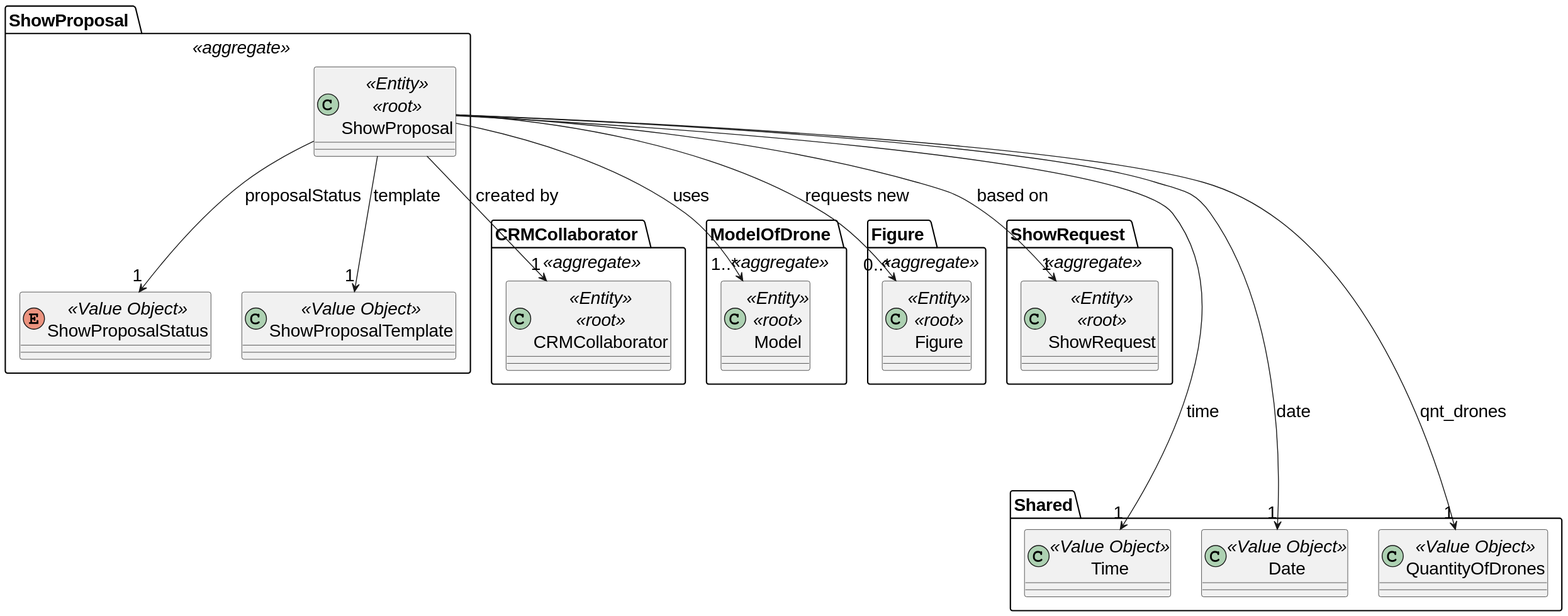
diogoveirospro/sem4pi-2024-2025-sem4pi_2024_2025_g44 keeps this PlantUML diagram as docs/global_artifacts/analysis/images/domain_model_show_proposal.svg. Above is the earlier version.
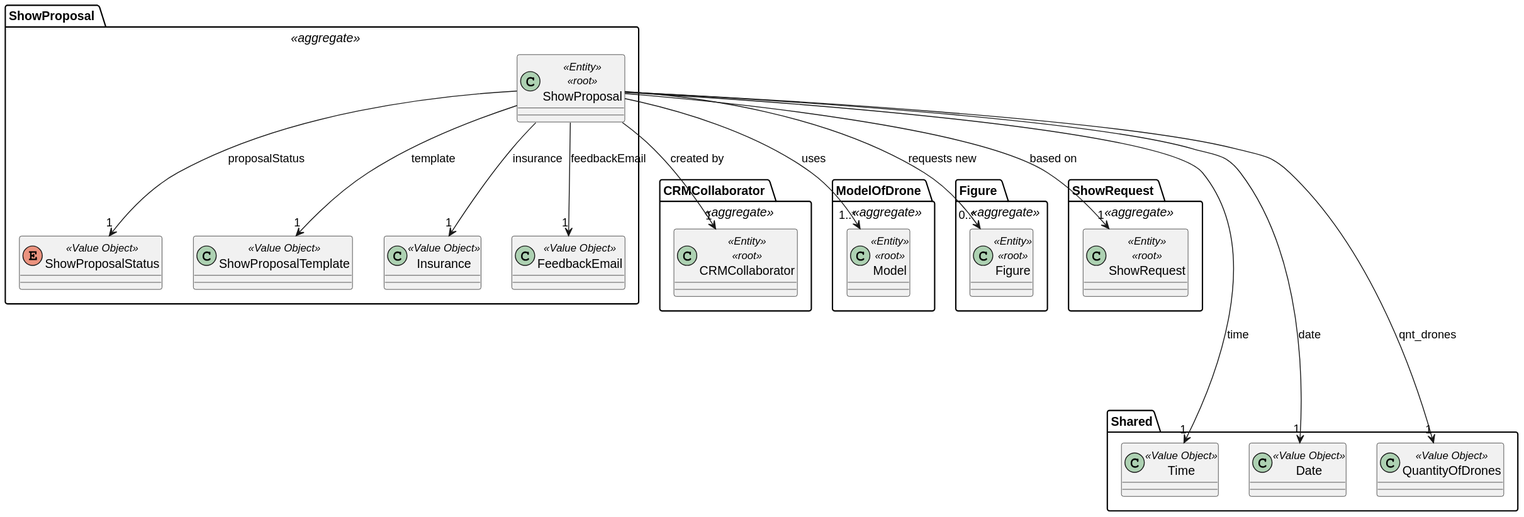
Above is the later version.

Commit message:
#36 Made the analysis and design for the us310 and updated the proposal domain model to cover all use cases

What changed in the source:
```diff
@@ -1,6 +1,4 @@
 @startuml
-skinparamlocked defaultFontSize 20
-
 package "CRMCollaborator " <<aggregate>> {
 
     class CRMCollaborator <<Entity>> <<root>>{
@@ -36,13 +34,20 @@
 
     class ShowProposalTemplate <<Value Object>>{
     }
+    class Insurance <<Value Object>>{
+    }
 
+    class FeedbackEmail <<Value Object>>{
+    }
+
+    ShowProposal --> "1" FeedbackEmail: feedbackEmail
     ShowProposal --> "1" CRMCollaborator: created by
     ShowProposal --> "1" ShowRequest: based on
     ShowProposal --> "1" ShowProposalStatus: proposalStatus
     ShowProposal --> "0..*" Figure : requests new
     ShowProposal --> "1" ShowProposalTemplate: template
     ShowProposal --> "1..*" Model: uses
+    ShowProposal --> "1" Insurance: insurance
 }
 
 package Shared {
```
